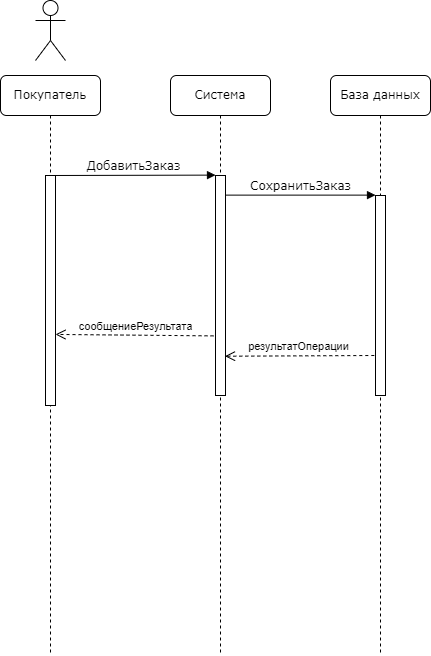
Earlier version of the draw.io export png/Диаграмма последовательностей(добавление заказа).png (ober0/Order-and-customer-accounting-system). Source tidied: cells renumbered, new cells last; positions are measured from the earlier drawing's top-left corner, leaving out a move shared by most shapes.
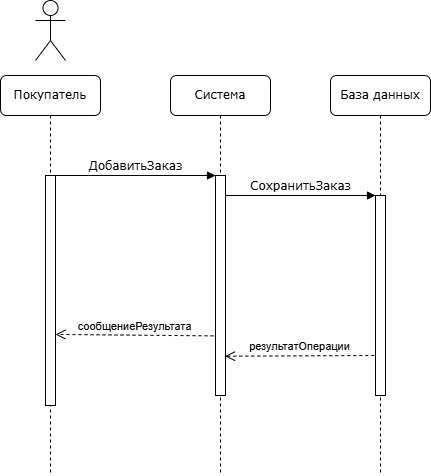
Later version of the same file.

Diff of the diagram source:
```diff
@@ -1,40 +1,40 @@
-<mxGraphModel>
+<mxGraphModel background="#ffffff">
   <root>
     <mxCell id="0" />
     <mxCell id="1" parent="0" />
     <mxCell id="2" value="Система" style="shape=umlLifeline;perimeter=lifelinePerimeter;whiteSpace=wrap;html=1;rounded=1;shadow=0;comic=0;labelBackgroundColor=none;strokeWidth=1;fontFamily=Verdana;fontSize=12;align=center;" parent="1" vertex="1">
-      <mxGeometry x="170" y="75" width="100" height="580" as="geometry" />
+      <mxGeometry x="170" y="75" width="100" height="400" as="geometry" />
     </mxCell>
     <mxCell id="3" style="html=1;points=[];perimeter=orthogonalPerimeter;rounded=0;shadow=0;comic=0;labelBackgroundColor=none;strokeWidth=1;fontFamily=Verdana;fontSize=12;align=center;" parent="2" vertex="1">
       <mxGeometry x="45" y="100" width="10" height="220" as="geometry" />
     </mxCell>
     <mxCell id="4" value="База данных" style="shape=umlLifeline;perimeter=lifelinePerimeter;whiteSpace=wrap;html=1;rounded=1;shadow=0;comic=0;labelBackgroundColor=none;strokeWidth=1;fontFamily=Verdana;fontSize=12;align=center;" parent="1" vertex="1">
-      <mxGeometry x="330" y="75" width="100" height="580" as="geometry" />
+      <mxGeometry x="330" y="75" width="100" height="400" as="geometry" />
     </mxCell>
     <mxCell id="5" style="html=1;points=[];perimeter=orthogonalPerimeter;rounded=0;shadow=0;comic=0;labelBackgroundColor=none;strokeWidth=1;fontFamily=Verdana;fontSize=12;align=center;" parent="4" vertex="1">
       <mxGeometry x="45" y="120" width="10" height="200" as="geometry" />
     </mxCell>
     <mxCell id="6" value="Покупатель" style="shape=umlLifeline;perimeter=lifelinePerimeter;whiteSpace=wrap;html=1;rounded=1;shadow=0;comic=0;labelBackgroundColor=none;strokeWidth=1;fontFamily=Verdana;fontSize=12;align=center;" parent="1" vertex="1">
-      <mxGeometry y="75" width="100" height="580" as="geometry" />
+      <mxGeometry y="75" width="100" height="400" as="geometry" />
     </mxCell>
     <mxCell id="7" style="html=1;points=[];perimeter=orthogonalPerimeter;rounded=0;shadow=0;comic=0;labelBackgroundColor=none;strokeWidth=1;fontFamily=Verdana;fontSize=12;align=center;" parent="6" vertex="1">
       <mxGeometry x="45" y="100" width="10" height="230" as="geometry" />
     </mxCell>
-    <mxCell id="8" value="ДобавитьЗаказ" style="html=1;verticalAlign=bottom;endArrow=block;entryX=0;entryY=0;labelBackgroundColor=none;fontFamily=Verdana;fontSize=12;edgeStyle=elbowEdgeStyle;elbow=vertical;" parent="1" edge="1" source="7" target="3">
+    <mxCell id="8" value="ДобавитьЗаказ" style="html=1;verticalAlign=bottom;endArrow=block;entryX=0;entryY=0;labelBackgroundColor=none;fontFamily=Verdana;fontSize=12;edgeStyle=elbowEdgeStyle;elbow=vertical;fontColor=default;" parent="1" edge="1" source="7" target="3">
       <mxGeometry relative="1" as="geometry" />
     </mxCell>
-    <mxCell id="9" value="СохранитьЗаказ" style="html=1;verticalAlign=bottom;endArrow=block;entryX=0;entryY=0;labelBackgroundColor=none;fontFamily=Verdana;fontSize=12;edgeStyle=elbowEdgeStyle;elbow=vertical;" parent="1" edge="1" source="3" target="5">
+    <mxCell id="9" value="СохранитьЗаказ" style="html=1;verticalAlign=bottom;endArrow=block;entryX=0;entryY=0;labelBackgroundColor=none;fontFamily=Verdana;fontSize=12;edgeStyle=elbowEdgeStyle;elbow=vertical;fontColor=default;" parent="1" edge="1" source="3" target="5">
       <mxGeometry relative="1" as="geometry" />
     </mxCell>
-    <mxCell id="10" style="shape=umlActor;verticalLabelPosition=bottom;verticalAlign=top;html=1;" parent="1" vertex="1">
-      <mxGeometry x="35" width="30" height="60" as="geometry" />
-    </mxCell>
+    <mxCell id="13" style="shape=umlActor;verticalLabelPosition=bottom;verticalAlign=top;html=1;labelBackgroundColor=none;" parent="1" vertex="1">
+      <mxGeometry x="35" width="30" height="60" as="geometry" />
+    </mxCell>
-    <mxCell id="11" value="результатОперации" style="html=1;verticalAlign=bottom;endArrow=open;dashed=1;endSize=8;curved=0;rounded=0;exitX=-0.12;exitY=0.8;exitDx=0;exitDy=0;exitPerimeter=0;entryX=0.95;entryY=0.696;entryDx=0;entryDy=0;entryPerimeter=0;" parent="1" edge="1" source="5">
+    <mxCell id="11" value="результатОперации" style="html=1;verticalAlign=bottom;endArrow=open;dashed=1;endSize=8;curved=0;rounded=0;exitX=-0.12;exitY=0.8;exitDx=0;exitDy=0;exitPerimeter=0;entryX=0.95;entryY=0.696;entryDx=0;entryDy=0;entryPerimeter=0;labelBackgroundColor=none;fontColor=default;" parent="1" edge="1" source="5">
       <mxGeometry relative="1" as="geometry">
         <mxPoint x="224.5" y="355.7" as="targetPoint" />
       </mxGeometry>
     </mxCell>
-    <mxCell id="12" value="сообщениеРезультата" style="html=1;verticalAlign=bottom;endArrow=open;dashed=1;endSize=8;curved=0;rounded=0;exitX=-0.2;exitY=0.729;exitDx=0;exitDy=0;exitPerimeter=0;entryX=1;entryY=0.691;entryDx=0;entryDy=0;entryPerimeter=0;" parent="1" edge="1" source="3" target="7">
+    <mxCell id="12" value="сообщениеРезультата" style="html=1;verticalAlign=bottom;endArrow=open;dashed=1;endSize=8;curved=0;rounded=0;exitX=-0.2;exitY=0.729;exitDx=0;exitDy=0;exitPerimeter=0;entryX=1;entryY=0.691;entryDx=0;entryDy=0;entryPerimeter=0;labelBackgroundColor=none;fontColor=default;" parent="1" edge="1" source="3" target="7">
       <mxGeometry relative="1" as="geometry" />
     </mxCell>
   </root>
```
